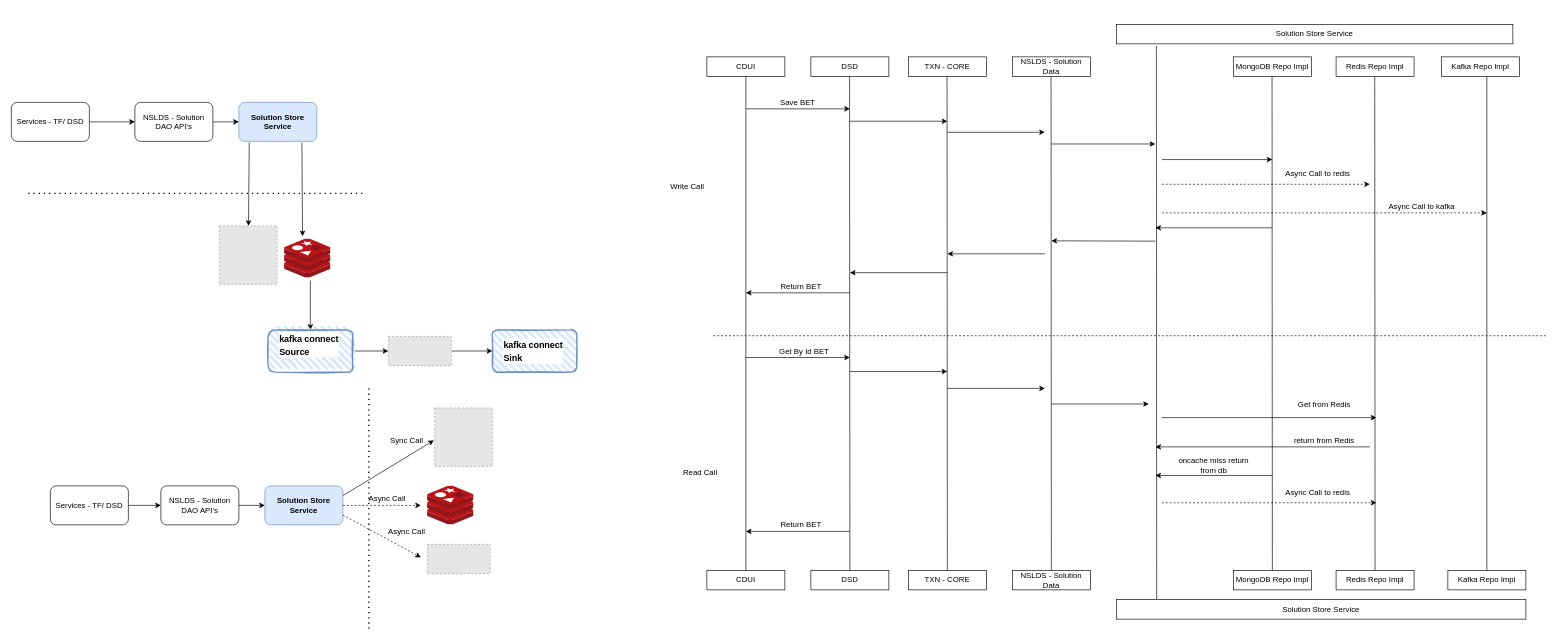
The draw.io diagram polyglot-bet.drawio in bharathbv44/java, before the edit. Source tidied: cells renumbered, new cells numbered last; positions are measured from the earlier drawing's top-left corner, leaving out a move shared by most shapes. Both pictures are drawn from the tidied source at 65%, with x=0, y=0 at pixel (11, 24). Pictures stored in the file or linked from it are replaced by grey dashed boxes.
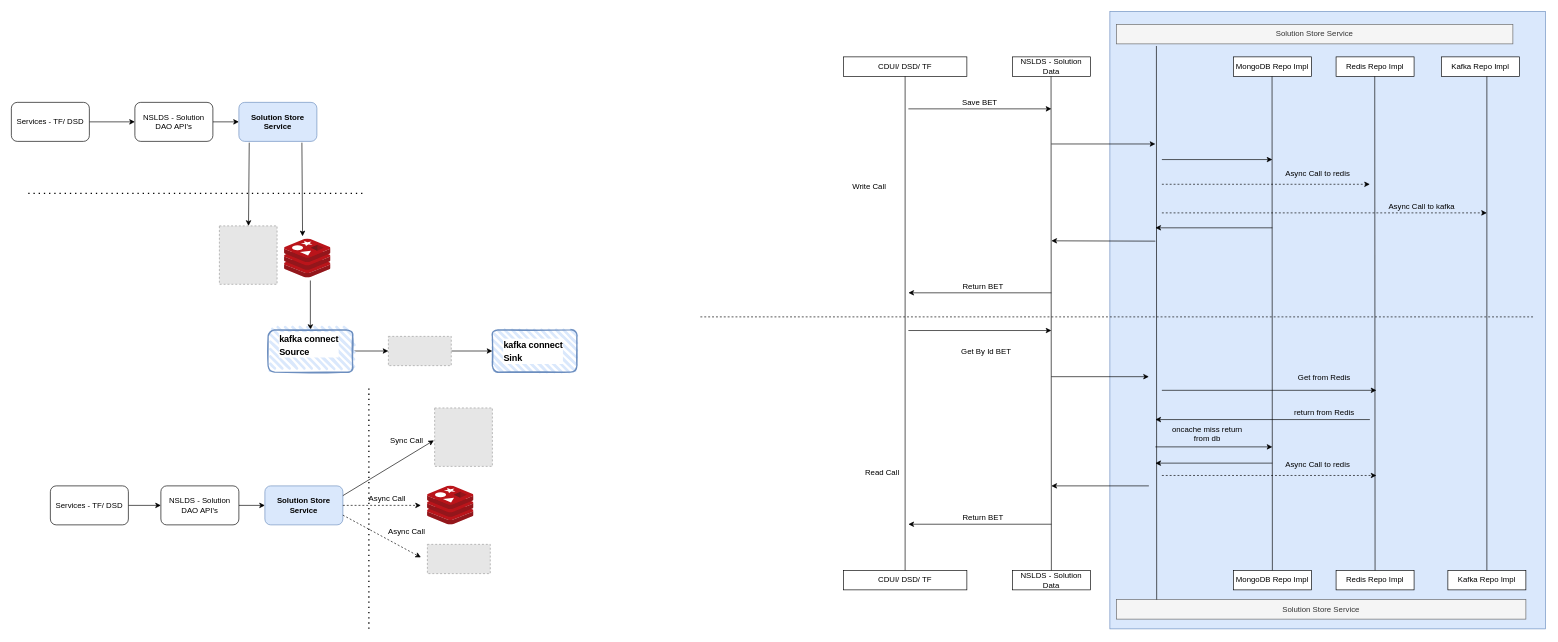
After the change.

Change to the diagram source:
```diff
@@
+    <mxCell id="93" style="rounded=0;whiteSpace=wrap;html=1;fillColor=#dae8fc;strokeColor=#6c8ebf;" parent="1" vertex="1">
+      <mxGeometry x="1690" y="-20" width="670" height="950" as="geometry" />
+    </mxCell>
@@
-    <mxCell id="29" value="CDUI" style="rounded=0;whiteSpace=wrap;html=1;align=center;" parent="1" vertex="1">
-      <mxGeometry x="1070" y="50" width="120" height="30" as="geometry" />
+    <mxCell id="29" value="CDUI/ DSD/ TF" style="rounded=0;whiteSpace=wrap;html=1;align=center;" parent="1" vertex="1">
+      <mxGeometry x="1280" y="50" width="190" height="30" as="geometry" />
     </mxCell>
-    <mxCell id="30" value="DSD" style="rounded=0;whiteSpace=wrap;html=1;align=center;" parent="1" vertex="1">
-      <mxGeometry x="1230" y="50" width="120" height="30" as="geometry" />
-    </mxCell>
-    <mxCell id="31" value="TXN - CORE" style="rounded=0;whiteSpace=wrap;html=1;align=center;" parent="1" vertex="1">
-      <mxGeometry x="1380" y="50" width="120" height="30" as="geometry" />
-    </mxCell>
@@
-    <mxCell id="33" value="Solution Store Service" style="rounded=0;whiteSpace=wrap;html=1;align=center;" parent="1" vertex="1">
+    <mxCell id="33" value="Solution Store Service" style="rounded=0;whiteSpace=wrap;html=1;align=center;fillColor=#f5f5f5;strokeColor=#666666;fontColor=#333333;" parent="1" vertex="1">
       <mxGeometry x="1700" width="610" height="30" as="geometry" />
     </mxCell>
@@
-    <mxCell id="37" value="CDUI" style="rounded=0;whiteSpace=wrap;html=1;align=center;" parent="1" vertex="1">
-      <mxGeometry x="1070" y="840" width="120" height="30" as="geometry" />
+    <mxCell id="37" value="CDUI/ DSD/ TF" style="rounded=0;whiteSpace=wrap;html=1;align=center;" parent="1" vertex="1">
+      <mxGeometry x="1280" y="840" width="190" height="30" as="geometry" />
     </mxCell>
-    <mxCell id="38" value="DSD" style="rounded=0;whiteSpace=wrap;html=1;align=center;" parent="1" vertex="1">
-      <mxGeometry x="1230" y="840" width="120" height="30" as="geometry" />
-    </mxCell>
-    <mxCell id="39" value="TXN - CORE" style="rounded=0;whiteSpace=wrap;html=1;align=center;" parent="1" vertex="1">
-      <mxGeometry x="1380" y="840" width="120" height="30" as="geometry" />
-    </mxCell>
@@
-    <mxCell id="41" value="Solution Store Service" style="rounded=0;whiteSpace=wrap;html=1;align=center;" parent="1" vertex="1">
+    <mxCell id="41" value="Solution Store Service" style="rounded=0;whiteSpace=wrap;html=1;align=center;fillColor=#f5f5f5;strokeColor=#666666;fontColor=#333333;" parent="1" vertex="1">
       <mxGeometry x="1700" y="885" width="630" height="30" as="geometry" />
     </mxCell>
@@
-    <mxCell id="46" style="endArrow=none;html=1;entryX=0.5;entryY=1;entryDx=0;entryDy=0;exitX=0.5;exitY=0;exitDx=0;exitDy=0;" parent="1" edge="1" source="38">
-      <mxGeometry relative="1" as="geometry">
-        <mxPoint x="1289.5" y="80" as="targetPoint" />
-      </mxGeometry>
-    </mxCell>
-    <mxCell id="47" style="endArrow=none;html=1;entryX=0.5;entryY=1;entryDx=0;entryDy=0;exitX=0.5;exitY=0;exitDx=0;exitDy=0;" parent="1" edge="1" source="39">
-      <mxGeometry relative="1" as="geometry">
-        <mxPoint x="1439.5" y="80" as="targetPoint" />
-      </mxGeometry>
-    </mxCell>
@@
     <mxCell id="53" style="endArrow=classic;html=1;" parent="1" edge="1">
       <mxGeometry relative="1" as="geometry">
-        <mxPoint x="1130" y="130" as="sourcePoint" />
-        <mxPoint x="1290" y="130" as="targetPoint" />
+        <mxPoint x="1380" y="130" as="sourcePoint" />
+        <mxPoint x="1600" y="130" as="targetPoint" />
       </mxGeometry>
     </mxCell>
     <mxCell id="54" style="endArrow=classic;html=1;" parent="1" edge="1">
       <mxGeometry relative="1" as="geometry">
-        <mxPoint x="1290" y="413" as="sourcePoint" />
-        <mxPoint x="1130" y="413" as="targetPoint" />
+        <mxPoint x="1600" y="413" as="sourcePoint" />
+        <mxPoint x="1380" y="413" as="targetPoint" />
       </mxGeometry>
     </mxCell>
     <mxCell id="55" value="Save BET" style="text;html=1;strokeColor=none;fillColor=none;align=center;verticalAlign=middle;whiteSpace=wrap;rounded=0;" parent="1" vertex="1">
-      <mxGeometry x="1180" y="110" width="60" height="20" as="geometry" />
+      <mxGeometry x="1460" y="110" width="60" height="20" as="geometry" />
     </mxCell>
     <mxCell id="56" value="Return BET" style="text;html=1;strokeColor=none;fillColor=none;align=center;verticalAlign=middle;whiteSpace=wrap;rounded=0;" parent="1" vertex="1">
-      <mxGeometry x="1180" y="393" width="70" height="20" as="geometry" />
+      <mxGeometry x="1460" y="393" width="70" height="20" as="geometry" />
     </mxCell>
-    <mxCell id="57" style="endArrow=classic;html=1;" parent="1" edge="1">
-      <mxGeometry relative="1" as="geometry">
-        <mxPoint x="1290" y="149" as="sourcePoint" />
-        <mxPoint x="1440" y="149" as="targetPoint" />
-      </mxGeometry>
-    </mxCell>
-    <mxCell id="58" style="endArrow=classic;html=1;" parent="1" edge="1">
-      <mxGeometry relative="1" as="geometry">
-        <mxPoint x="1440" y="382" as="sourcePoint" />
-        <mxPoint x="1290" y="382" as="targetPoint" />
-      </mxGeometry>
-    </mxCell>
-    <mxCell id="59" style="endArrow=classic;html=1;" parent="1" edge="1">
-      <mxGeometry relative="1" as="geometry">
-        <mxPoint x="1440" y="166" as="sourcePoint" />
-        <mxPoint x="1590" y="166" as="targetPoint" />
-      </mxGeometry>
-    </mxCell>
-    <mxCell id="60" style="endArrow=classic;html=1;" parent="1" edge="1">
-      <mxGeometry relative="1" as="geometry">
-        <mxPoint x="1590" y="353" as="sourcePoint" />
-        <mxPoint x="1440" y="353" as="targetPoint" />
-      </mxGeometry>
-    </mxCell>
@@
     <mxCell id="69" style="endArrow=classic;html=1;" parent="1" edge="1">
       <mxGeometry relative="1" as="geometry">
-        <mxPoint x="1130" y="512.5" as="sourcePoint" />
-        <mxPoint x="1290" y="512.5" as="targetPoint" />
+        <mxPoint x="1380" y="471" as="sourcePoint" />
+        <mxPoint x="1600" y="471" as="targetPoint" />
       </mxGeometry>
     </mxCell>
     <mxCell id="70" value="Get By Id BET" style="text;html=1;strokeColor=none;fillColor=none;align=center;verticalAlign=middle;whiteSpace=wrap;rounded=0;" parent="1" vertex="1">
-      <mxGeometry x="1180" y="492.5" width="80" height="20" as="geometry" />
+      <mxGeometry x="1460" y="492.5" width="80" height="20" as="geometry" />
     </mxCell>
     <mxCell id="71" style="endArrow=classic;html=1;" parent="1" edge="1">
       <mxGeometry relative="1" as="geometry">
-        <mxPoint x="1290" y="780" as="sourcePoint" />
-        <mxPoint x="1130" y="780" as="targetPoint" />
+        <mxPoint x="1600" y="769" as="sourcePoint" />
+        <mxPoint x="1380" y="769" as="targetPoint" />
       </mxGeometry>
     </mxCell>
     <mxCell id="72" value="Return BET" style="text;html=1;strokeColor=none;fillColor=none;align=center;verticalAlign=middle;whiteSpace=wrap;rounded=0;" parent="1" vertex="1">
-      <mxGeometry x="1180" y="760" width="70" height="20" as="geometry" />
+      <mxGeometry x="1460" y="749" width="70" height="20" as="geometry" />
     </mxCell>
-    <mxCell id="73" style="endArrow=classic;html=1;" parent="1" edge="1">
-      <mxGeometry relative="1" as="geometry">
-        <mxPoint x="1290" y="534" as="sourcePoint" />
-        <mxPoint x="1440" y="534" as="targetPoint" />
-      </mxGeometry>
-    </mxCell>
-    <mxCell id="74" style="endArrow=classic;html=1;" parent="1" edge="1">
-      <mxGeometry relative="1" as="geometry">
-        <mxPoint x="1440" y="560" as="sourcePoint" />
-        <mxPoint x="1590" y="560" as="targetPoint" />
-      </mxGeometry>
-    </mxCell>
     <mxCell id="75" style="endArrow=classic;html=1;" parent="1" edge="1">
       <mxGeometry relative="1" as="geometry">
-        <mxPoint x="1600" y="584" as="sourcePoint" />
-        <mxPoint x="1750" y="584" as="targetPoint" />
+        <mxPoint x="1600" y="542" as="sourcePoint" />
+        <mxPoint x="1750" y="542" as="targetPoint" />
       </mxGeometry>
     </mxCell>
     <mxCell id="76" style="endArrow=classic;html=1;" parent="1" edge="1">
       <mxGeometry relative="1" as="geometry">
-        <mxPoint x="1770" y="605" as="sourcePoint" />
-        <mxPoint x="2100" y="605" as="targetPoint" />
+        <mxPoint x="1770" y="563" as="sourcePoint" />
+        <mxPoint x="2100" y="563" as="targetPoint" />
       </mxGeometry>
     </mxCell>
     <mxCell id="77" value="Get from Redis" style="text;html=1;strokeColor=none;fillColor=none;align=center;verticalAlign=middle;whiteSpace=wrap;rounded=0;" parent="1" vertex="1">
-      <mxGeometry x="1960" y="575" width="120" height="20" as="geometry" />
+      <mxGeometry x="1960" y="533" width="120" height="20" as="geometry" />
     </mxCell>
     <mxCell id="78" style="endArrow=classic;html=1;" parent="1" edge="1">
       <mxGeometry relative="1" as="geometry">
-        <mxPoint x="2090" y="650" as="sourcePoint" />
-        <mxPoint x="1760" y="650" as="targetPoint" />
+        <mxPoint x="2090" y="608" as="sourcePoint" />
+        <mxPoint x="1760" y="608" as="targetPoint" />
       </mxGeometry>
     </mxCell>
     <mxCell id="79" value="return from Redis" style="text;html=1;strokeColor=none;fillColor=none;align=center;verticalAlign=middle;whiteSpace=wrap;rounded=0;" parent="1" vertex="1">
-      <mxGeometry x="1960" y="630" width="120" height="20" as="geometry" />
+      <mxGeometry x="1960" y="588" width="120" height="20" as="geometry" />
     </mxCell>
     <mxCell id="80" style="endArrow=classic;html=1;" parent="1" edge="1">
       <mxGeometry relative="1" as="geometry">
-        <mxPoint x="1940" y="694" as="sourcePoint" />
-        <mxPoint x="1760" y="694" as="targetPoint" />
+        <mxPoint x="1940" y="675" as="sourcePoint" />
+        <mxPoint x="1760" y="675" as="targetPoint" />
       </mxGeometry>
     </mxCell>
     <mxCell id="81" value="oncache miss return from db" style="text;html=1;strokeColor=none;fillColor=none;align=center;verticalAlign=middle;whiteSpace=wrap;rounded=0;" parent="1" vertex="1">
-      <mxGeometry x="1790" y="669" width="120" height="20" as="geometry" />
+      <mxGeometry x="1780" y="620" width="120" height="20" as="geometry" />
     </mxCell>
     <mxCell id="82" style="endArrow=classic;html=1;dashed=1;" parent="1" edge="1">
       <mxGeometry relative="1" as="geometry">
-        <mxPoint x="1770" y="736" as="sourcePoint" />
-        <mxPoint x="2100" y="736" as="targetPoint" />
+        <mxPoint x="1770" y="694" as="sourcePoint" />
+        <mxPoint x="2100" y="694" as="targetPoint" />
       </mxGeometry>
     </mxCell>
     <mxCell id="83" value="Async Call to redis" style="text;html=1;strokeColor=none;fillColor=none;align=center;verticalAlign=middle;whiteSpace=wrap;rounded=0;" parent="1" vertex="1">
-      <mxGeometry x="1950" y="710" width="120" height="20" as="geometry" />
+      <mxGeometry x="1950" y="668" width="120" height="20" as="geometry" />
     </mxCell>
     <mxCell id="84" style="endArrow=none;dashed=1;html=1;strokeWidth=1;" parent="1" edge="1">
       <mxGeometry relative="1" as="geometry">
-        <mxPoint x="1080" y="479" as="sourcePoint" />
-        <mxPoint x="2361" y="479" as="targetPoint" />
+        <mxPoint x="1060" y="450" as="sourcePoint" />
+        <mxPoint x="2341" y="450" as="targetPoint" />
       </mxGeometry>
     </mxCell>
     <mxCell id="85" value="Write Call" style="text;html=1;strokeColor=none;fillColor=none;align=center;verticalAlign=middle;whiteSpace=wrap;rounded=0;" parent="1" vertex="1">
-      <mxGeometry x="990" y="240" width="100" height="20" as="geometry" />
+      <mxGeometry x="1270" y="240" width="100" height="20" as="geometry" />
     </mxCell>
     <mxCell id="86" value="Read Call" style="text;html=1;strokeColor=none;fillColor=none;align=center;verticalAlign=middle;whiteSpace=wrap;rounded=0;" parent="1" vertex="1">
-      <mxGeometry x="1010" y="680" width="100" height="20" as="geometry" />
+      <mxGeometry x="1290" y="680" width="100" height="20" as="geometry" />
     </mxCell>
@@
+    <mxCell id="94" style="endArrow=classic;html=1;" parent="1" edge="1">
+      <mxGeometry relative="1" as="geometry">
+        <mxPoint x="1750" y="710" as="sourcePoint" />
+        <mxPoint x="1600" y="710" as="targetPoint" />
+      </mxGeometry>
+    </mxCell>
+    <mxCell id="95" style="endArrow=classic;html=1;" parent="1" edge="1">
+      <mxGeometry relative="1" as="geometry">
+        <mxPoint x="1760" y="650" as="sourcePoint" />
+        <mxPoint x="1940" y="650" as="targetPoint" />
+      </mxGeometry>
+    </mxCell>
```
